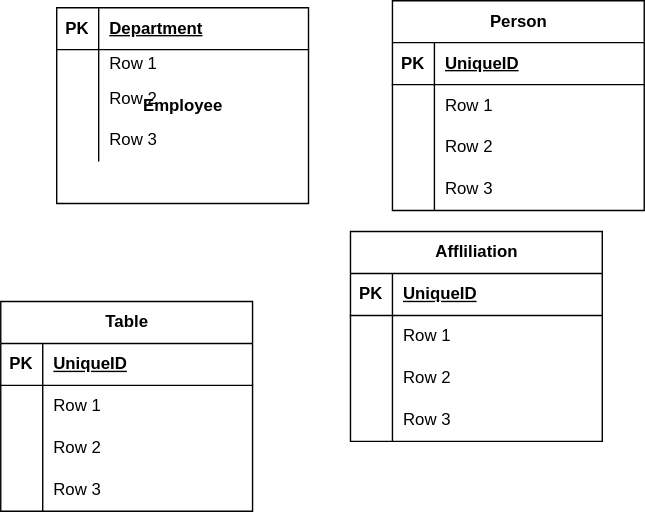
Earlier version of the draw.io export Untitled Diagram.drawio.svg (Priscile2/Diagrams). Source tidied: cells renumbered, new cells last; positions are measured from the earlier drawing's top-left corner, leaving out a move shared by most shapes.
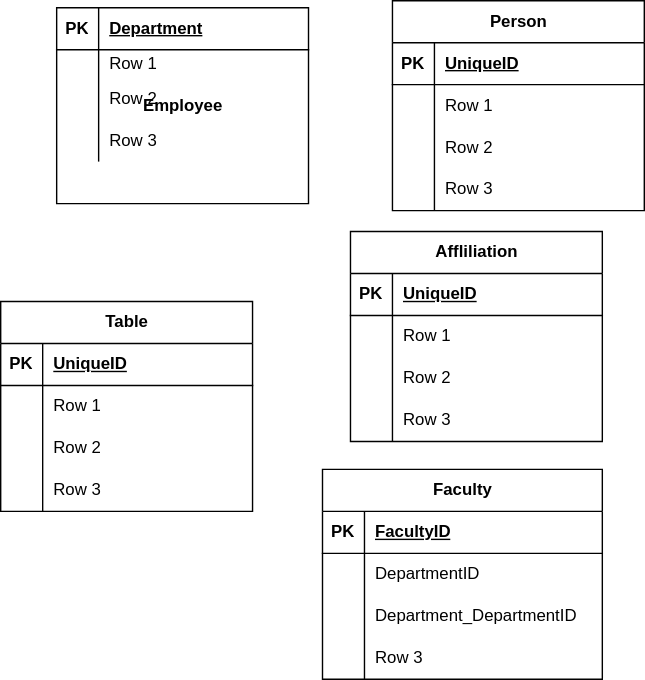
The same file after the commit.

The edit, as a diff of the source:
```diff
@@ -158,5 +158,44 @@
     <mxCell id="53" value="Row 3" style="shape=partialRectangle;fillColor=none;top=0;left=0;bottom=0;right=0;align=left;spacingLeft=6;overflow=hidden;whiteSpace=wrap;html=1;" parent="51" vertex="1">
       <mxGeometry x="30" width="150" height="30" as="geometry" />
     </mxCell>
+    <mxCell id="54" value="Faculty" style="shape=table;startSize=30;rowLines=0;fontStyle=1;align=center;html=1;" parent="1" vertex="1">
+      <mxGeometry x="230" y="335" width="200" height="150" as="geometry" />
+    </mxCell>
+    <mxCell id="55" style="shape=tableRow;horizontal=0;startSize=0;swimlaneHead=0;swimlaneBody=0;fillColor=none;top=0;left=0;right=0;bottom=1;" parent="54" vertex="1">
+      <mxGeometry y="30" width="200" height="30" as="geometry" />
+    </mxCell>
+    <mxCell id="56" value="PK" style="shape=partialRectangle;fillColor=none;top=0;left=0;bottom=0;right=0;fontStyle=1;overflow=hidden;whiteSpace=wrap;html=1;" parent="55" vertex="1">
+      <mxGeometry width="30" height="30" as="geometry" />
+    </mxCell>
+    <mxCell id="57" value="FacultyID" style="shape=partialRectangle;fillColor=none;top=0;left=0;bottom=0;right=0;align=left;spacingLeft=6;fontStyle=5;overflow=hidden;whiteSpace=wrap;html=1;" parent="55" vertex="1">
+      <mxGeometry x="30" width="170" height="30" as="geometry" />
+    </mxCell>
+    <mxCell id="58" style="shape=tableRow;horizontal=0;startSize=0;swimlaneHead=0;swimlaneBody=0;fillColor=none;top=0;left=0;right=0;bottom=0;" parent="54" vertex="1">
+      <mxGeometry y="60" width="200" height="30" as="geometry" />
+    </mxCell>
+    <mxCell id="59" style="shape=partialRectangle;fillColor=none;top=0;left=0;bottom=0;right=0;overflow=hidden;whiteSpace=wrap;html=1;" parent="58" vertex="1">
+      <mxGeometry width="30" height="30" as="geometry" />
+    </mxCell>
+    <mxCell id="60" value="DepartmentID" style="shape=partialRectangle;fillColor=none;top=0;left=0;bottom=0;right=0;align=left;spacingLeft=6;overflow=hidden;whiteSpace=wrap;html=1;" parent="58" vertex="1">
+      <mxGeometry x="30" width="170" height="30" as="geometry" />
+    </mxCell>
+    <mxCell id="61" style="shape=tableRow;horizontal=0;startSize=0;swimlaneHead=0;swimlaneBody=0;fillColor=none;top=0;left=0;right=0;bottom=0;" parent="54" vertex="1">
+      <mxGeometry y="90" width="200" height="30" as="geometry" />
+    </mxCell>
+    <mxCell id="62" style="shape=partialRectangle;fillColor=none;top=0;left=0;bottom=0;right=0;overflow=hidden;whiteSpace=wrap;html=1;" parent="61" vertex="1">
+      <mxGeometry width="30" height="30" as="geometry" />
+    </mxCell>
+    <mxCell id="63" value="Department_DepartmentID" style="shape=partialRectangle;fillColor=none;top=0;left=0;bottom=0;right=0;align=left;spacingLeft=6;overflow=hidden;whiteSpace=wrap;html=1;" parent="61" vertex="1">
+      <mxGeometry x="30" width="170" height="30" as="geometry" />
+    </mxCell>
+    <mxCell id="64" style="shape=tableRow;horizontal=0;startSize=0;swimlaneHead=0;swimlaneBody=0;fillColor=none;top=0;left=0;right=0;bottom=0;" parent="54" vertex="1">
+      <mxGeometry y="120" width="200" height="30" as="geometry" />
+    </mxCell>
+    <mxCell id="65" style="shape=partialRectangle;fillColor=none;top=0;left=0;bottom=0;right=0;overflow=hidden;whiteSpace=wrap;html=1;" parent="64" vertex="1">
+      <mxGeometry width="30" height="30" as="geometry" />
+    </mxCell>
+    <mxCell id="66" value="Row 3" style="shape=partialRectangle;fillColor=none;top=0;left=0;bottom=0;right=0;align=left;spacingLeft=6;overflow=hidden;whiteSpace=wrap;html=1;" parent="64" vertex="1">
+      <mxGeometry x="30" width="170" height="30" as="geometry" />
+    </mxCell>
   </root>
 </mxGraphModel>
```
